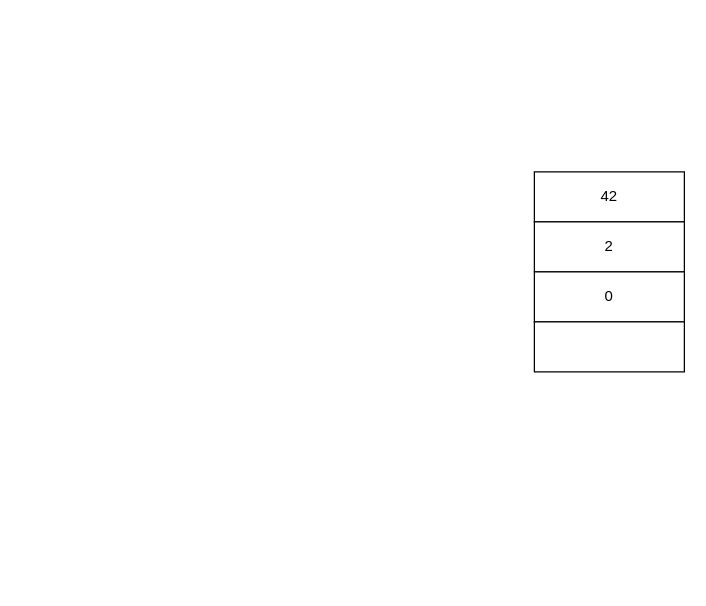
Earlier version of the draw.io diagram kid-vm-1.drawio (dtikhonov/kid-vm). Source tidied: cells renumbered, new cells numbered last; positions are measured from the earlier drawing's top-left corner, leaving out a move shared by most shapes. Both pictures are drawn from the tidied source at 125%, with x=0, y=0 at pixel (534, 171).
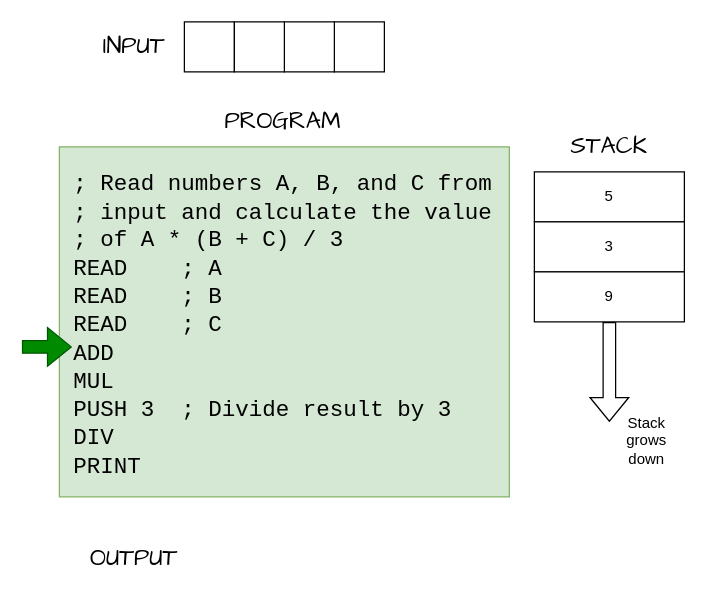
The same diagram, later.

The edit, as a diff of the source:
```diff
@@
 <mxGraphModel>
   <root>
     <mxCell id="0" />
     <mxCell id="1" parent="0" />
+    <mxCell id="6" style="rounded=0;whiteSpace=wrap;html=1;fillColor=#d5e8d4;strokeColor=#82b366;" parent="1" vertex="1">
+      <mxGeometry x="-380" y="-20" width="360" height="280" as="geometry" />
+    </mxCell>
-    <mxCell id="2" value="42" style="rounded=0;whiteSpace=wrap;html=1;" parent="1" vertex="1">
+    <mxCell id="2" value="5" style="rounded=0;whiteSpace=wrap;html=1;" parent="1" vertex="1">
       <mxGeometry width="120" height="40" as="geometry" />
     </mxCell>
-    <mxCell id="3" value="2" style="rounded=0;whiteSpace=wrap;html=1;" parent="1" vertex="1">
+    <mxCell id="3" value="3" style="rounded=0;whiteSpace=wrap;html=1;" parent="1" vertex="1">
       <mxGeometry y="40" width="120" height="40" as="geometry" />
     </mxCell>
-    <mxCell id="4" value="0" style="rounded=0;whiteSpace=wrap;html=1;" parent="1" vertex="1">
+    <mxCell id="4" value="9" style="rounded=0;whiteSpace=wrap;html=1;" parent="1" vertex="1">
       <mxGeometry y="80" width="120" height="40" as="geometry" />
     </mxCell>
-    <mxCell id="5" style="rounded=0;whiteSpace=wrap;html=1;" parent="1" vertex="1">
-      <mxGeometry y="120" width="120" height="40" as="geometry" />
-    </mxCell>
+    <mxCell id="7" style="rounded=0;whiteSpace=wrap;html=1;" parent="1" vertex="1">
+      <mxGeometry x="-280" y="-120" width="40" height="40" as="geometry" />
+    </mxCell>
+    <mxCell id="8" style="rounded=0;whiteSpace=wrap;html=1;" parent="1" vertex="1">
+      <mxGeometry x="-160" y="-120" width="40" height="40" as="geometry" />
+    </mxCell>
+    <mxCell id="9" style="rounded=0;whiteSpace=wrap;html=1;" parent="1" vertex="1">
+      <mxGeometry x="-200" y="-120" width="40" height="40" as="geometry" />
+    </mxCell>
+    <mxCell id="10" style="rounded=0;whiteSpace=wrap;html=1;" parent="1" vertex="1">
+      <mxGeometry x="-240" y="-120" width="40" height="40" as="geometry" />
+    </mxCell>
+    <mxCell id="11" value="&lt;font style=&quot;font-size: 19px;&quot; face=&quot;Comic Sans MS&quot;&gt;INPUT&lt;/font&gt;" style="text;html=1;align=center;verticalAlign=middle;whiteSpace=wrap;rounded=0;" parent="1" vertex="1">
+      <mxGeometry x="-360" y="-120" width="80" height="40" as="geometry" />
+    </mxCell>
+    <mxCell id="12" value="&lt;font style=&quot;font-size: 19px;&quot; face=&quot;Comic Sans MS&quot;&gt;STACK&lt;/font&gt;" style="text;html=1;align=center;verticalAlign=middle;whiteSpace=wrap;rounded=0;" parent="1" vertex="1">
+      <mxGeometry x="20" y="-40" width="80" height="40" as="geometry" />
+    </mxCell>
+    <mxCell id="13" style="shape=flexArrow;endArrow=classic;html=1;rounded=0;exitX=0.5;exitY=1;exitDx=0;exitDy=0;" parent="1" edge="1" source="4">
+      <mxGeometry relative="1" as="geometry">
+        <mxPoint x="60" y="200" as="targetPoint" />
+      </mxGeometry>
+    </mxCell>
+    <mxCell id="14" value="Stack grows down" style="text;html=1;align=center;verticalAlign=middle;whiteSpace=wrap;rounded=0;" parent="1" vertex="1">
+      <mxGeometry x="60" y="190" width="60" height="50" as="geometry" />
+    </mxCell>
+    <mxCell id="15" value="&lt;div style=&quot;text-align: left; font-size: 18px;&quot;&gt;&lt;font face=&quot;Courier New&quot; style=&quot;font-size: 18px;&quot;&gt;; Read numbers A, B, and C from&lt;/font&gt;&lt;/div&gt;&lt;div style=&quot;text-align: left; font-size: 18px;&quot;&gt;&lt;font face=&quot;Courier New&quot; style=&quot;font-size: 18px;&quot;&gt;; input and calculate the value&lt;/font&gt;&lt;/div&gt;&lt;div style=&quot;text-align: left; font-size: 18px;&quot;&gt;&lt;font face=&quot;Courier New&quot; style=&quot;font-size: 18px;&quot;&gt;; of A * (B + C) / 3&lt;/font&gt;&lt;/div&gt;&lt;div style=&quot;text-align: left; font-size: 18px;&quot;&gt;&lt;font face=&quot;Courier New&quot;&gt;&lt;font style=&quot;font-size: 18px;&quot;&gt;READ&amp;nbsp; &amp;nbsp; ; A&lt;/font&gt;&lt;/font&gt;&lt;/div&gt;&lt;div style=&quot;text-align: left; font-size: 18px;&quot;&gt;&lt;font face=&quot;Courier New&quot; style=&quot;font-size: 18px;&quot;&gt;READ&amp;nbsp; &amp;nbsp; ; B&lt;/font&gt;&lt;/div&gt;&lt;div style=&quot;text-align: left; font-size: 18px;&quot;&gt;&lt;font face=&quot;Courier New&quot; style=&quot;font-size: 18px;&quot;&gt;READ&amp;nbsp; &amp;nbsp; ; C&lt;/font&gt;&lt;/div&gt;&lt;div style=&quot;text-align: left; font-size: 18px;&quot;&gt;&lt;font face=&quot;Courier New&quot; style=&quot;font-size: 18px;&quot;&gt;ADD&lt;/font&gt;&lt;/div&gt;&lt;div style=&quot;text-align: left; font-size: 18px;&quot;&gt;&lt;font face=&quot;Courier New&quot; style=&quot;font-size: 18px;&quot;&gt;MUL&lt;/font&gt;&lt;/div&gt;&lt;div style=&quot;text-align: left; font-size: 18px;&quot;&gt;&lt;font face=&quot;Courier New&quot; style=&quot;font-size: 18px;&quot;&gt;PUSH 3&amp;nbsp; ; Divide result by 3&lt;/font&gt;&lt;/div&gt;&lt;div style=&quot;text-align: left; font-size: 18px;&quot;&gt;&lt;font face=&quot;Courier New&quot; style=&quot;font-size: 18px;&quot;&gt;DIV&lt;/font&gt;&lt;/div&gt;&lt;div style=&quot;text-align: left; font-size: 18px;&quot;&gt;&lt;font face=&quot;Courier New&quot; style=&quot;font-size: 18px;&quot;&gt;PRINT&lt;/font&gt;&lt;/div&gt;&lt;div&gt;&lt;br&gt;&lt;/div&gt;" style="text;html=1;align=center;verticalAlign=middle;whiteSpace=wrap;rounded=0;" parent="1" vertex="1">
+      <mxGeometry x="-376" width="350" height="260" as="geometry" />
+    </mxCell>
+    <mxCell id="16" value="&lt;font style=&quot;font-size: 19px;&quot; face=&quot;Comic Sans MS&quot;&gt;PROGRAM&lt;/font&gt;" style="text;html=1;align=center;verticalAlign=middle;whiteSpace=wrap;rounded=0;" parent="1" vertex="1">
+      <mxGeometry x="-271" y="-60" width="140" height="40" as="geometry" />
+    </mxCell>
+    <mxCell id="17" value="&lt;font style=&quot;font-size: 19px;&quot; face=&quot;Comic Sans MS&quot;&gt;OUTPUT&lt;/font&gt;" style="text;html=1;align=center;verticalAlign=middle;whiteSpace=wrap;rounded=0;" parent="1" vertex="1">
+      <mxGeometry x="-360" y="290" width="80" height="40" as="geometry" />
+    </mxCell>
+    <mxCell id="18" style="shape=flexArrow;endArrow=classic;html=1;rounded=0;fillColor=#008a00;strokeColor=#005700;" parent="1" edge="1">
+      <mxGeometry relative="1" as="geometry">
+        <mxPoint x="-410" y="140" as="sourcePoint" />
+        <mxPoint x="-370" y="140" as="targetPoint" />
+      </mxGeometry>
+    </mxCell>
   </root>
 </mxGraphModel>
```
